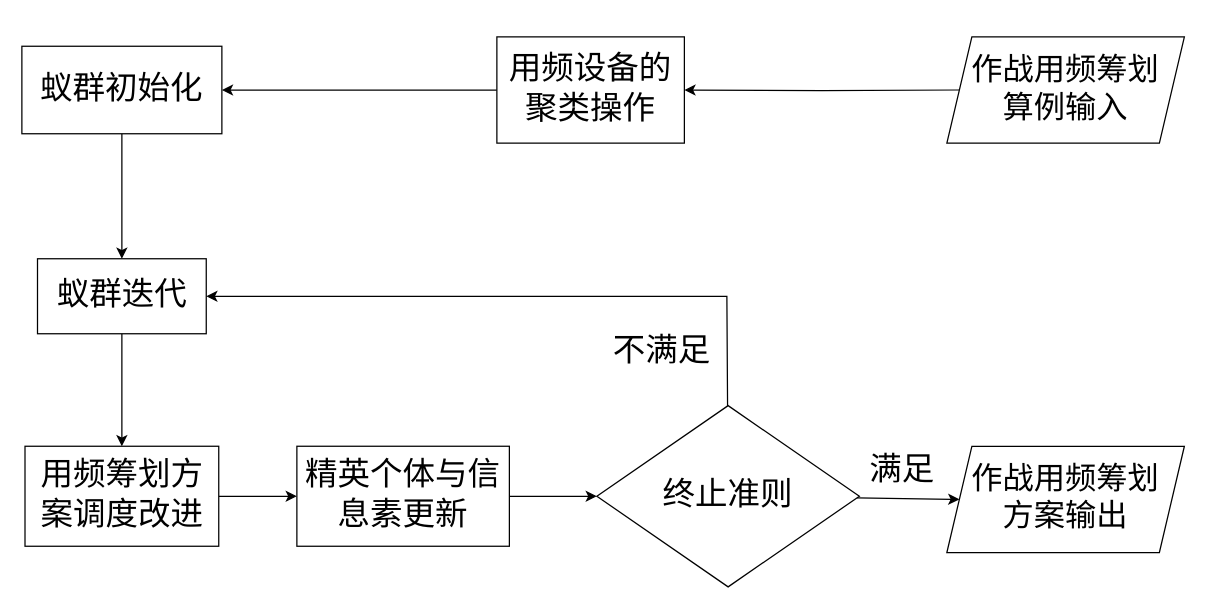
This is first.drawio from liuming14/-, a draw.io file, before an edit. Source tidied: cells renumbered, new cells numbered last; positions are measured from the earlier drawing's top-left corner, leaving out a move shared by most shapes. Both pictures are drawn from the tidied source at 125%, with x=0, y=0 at pixel (21, 36).
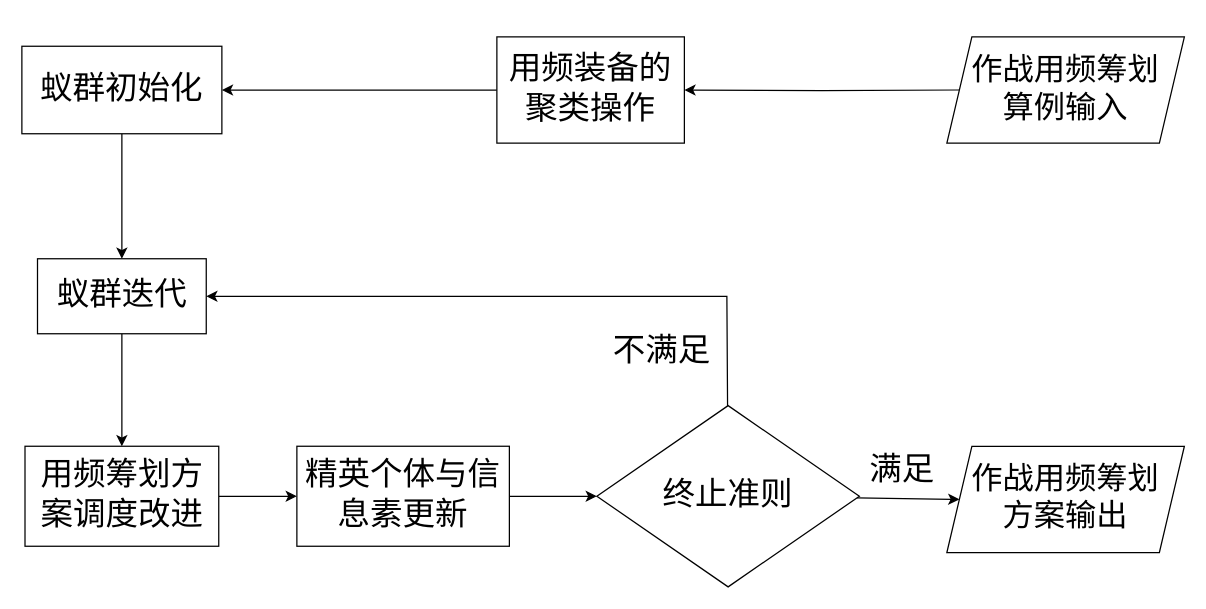
Above is the later version.

The edit, as a diff of the source:
```diff
@@
-    <mxCell id="3" value="&lt;div align=&quot;center&quot;&gt;&lt;pre&gt;&lt;font style=&quot;font-size: 26px&quot;&gt;用频设备的&lt;br&gt;&lt;/font&gt;&lt;font style=&quot;font-size: 26px&quot;&gt;  聚类操作  &lt;/font&gt;&lt;/pre&gt;&lt;/div&gt;" style="rounded=0;whiteSpace=wrap;html=1;align=center;" parent="1" vertex="1">
+    <mxCell id="3" value="&lt;div align=&quot;center&quot;&gt;&lt;pre&gt;&lt;font style=&quot;font-size: 26px&quot;&gt;用频装备的&lt;br&gt;&lt;/font&gt;&lt;font style=&quot;font-size: 26px&quot;&gt;  聚类操作  &lt;/font&gt;&lt;/pre&gt;&lt;/div&gt;" style="rounded=0;whiteSpace=wrap;html=1;align=center;" parent="1" vertex="1">
       <mxGeometry x="380" width="150" height="85" as="geometry" />
     </mxCell>
```
